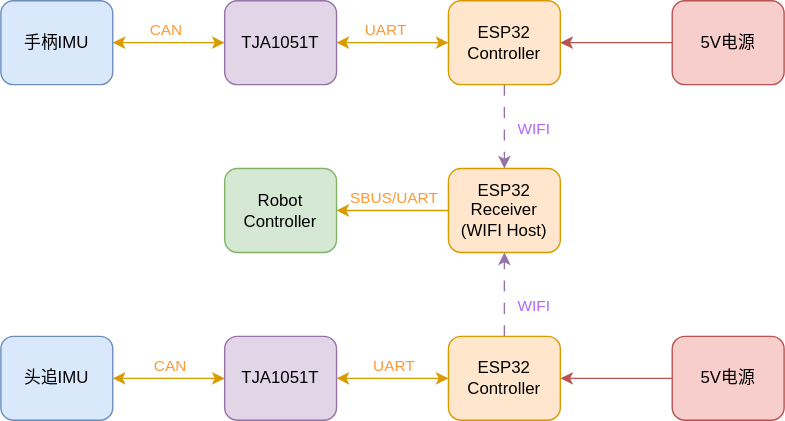
Above: images/connect.svg in LJW0401/IMU_Controller (draw.io), before the change. Source tidied: cells renumbered, new cells last; positions are measured from the earlier drawing's top-left corner, leaving out a move shared by most shapes. Source of this version:
```xml
<mxGraphModel>
  <root>
    <mxCell id="0" />
    <mxCell id="1" parent="0" />
    <mxCell id="2" style="edgeStyle=none;html=1;exitX=1;exitY=0.5;exitDx=0;exitDy=0;entryX=0;entryY=0.5;entryDx=0;entryDy=0;startArrow=classic;startFill=1;fillColor=#ffe6cc;strokeColor=#d79b00;" parent="1" edge="1" source="4" target="7">
      <mxGeometry relative="1" as="geometry" />
    </mxCell>
    <mxCell id="3" value="CAN" style="edgeLabel;html=1;align=center;verticalAlign=middle;fontColor=#FF9933;labelBackgroundColor=none;" parent="2" vertex="1">
      <mxGeometry x="-0.07" y="2" relative="1" as="geometry">
        <mxPoint y="-8" as="offset" />
      </mxGeometry>
    </mxCell>
    <mxCell id="4" value="手柄IMU" style="rounded=1;whiteSpace=wrap;html=1;fillColor=#dae8fc;strokeColor=#6c8ebf;" parent="1" vertex="1">
      <mxGeometry width="80" height="60" as="geometry" />
    </mxCell>
    <mxCell id="5" style="edgeStyle=none;html=1;startArrow=classic;startFill=1;fillColor=#ffe6cc;strokeColor=#d79b00;" parent="1" edge="1" source="7" target="14">
      <mxGeometry relative="1" as="geometry" />
    </mxCell>
    <mxCell id="6" value="UART" style="edgeLabel;html=1;align=center;verticalAlign=middle;fontColor=#FF9933;labelBackgroundColor=none;" parent="5" vertex="1">
      <mxGeometry x="-0.15" y="1" relative="1" as="geometry">
        <mxPoint y="-9" as="offset" />
      </mxGeometry>
    </mxCell>
    <mxCell id="7" value="TJA1051T" style="rounded=1;whiteSpace=wrap;html=1;fillColor=#e1d5e7;strokeColor=#9673a6;" parent="1" vertex="1">
      <mxGeometry x="160" width="80" height="60" as="geometry" />
    </mxCell>
    <mxCell id="8" style="edgeStyle=none;html=1;exitX=0;exitY=0.5;exitDx=0;exitDy=0;entryX=1;entryY=0.5;entryDx=0;entryDy=0;fillColor=#ffe6cc;strokeColor=#d79b00;" parent="1" edge="1" source="10" target="11">
      <mxGeometry relative="1" as="geometry" />
    </mxCell>
    <mxCell id="9" value="SBUS/UART" style="edgeLabel;html=1;align=center;verticalAlign=middle;fontColor=#FF9933;labelBackgroundColor=none;" parent="8" vertex="1">
      <mxGeometry x="0.05" y="-2" relative="1" as="geometry">
        <mxPoint x="2" y="-8" as="offset" />
      </mxGeometry>
    </mxCell>
    <mxCell id="10" value="ESP32&lt;div&gt;Receiver&lt;/div&gt;&lt;div&gt;(WIFI Host)&lt;/div&gt;" style="rounded=1;whiteSpace=wrap;html=1;fillColor=#ffe6cc;strokeColor=#d79b00;" parent="1" vertex="1">
      <mxGeometry x="320" y="120" width="80" height="60" as="geometry" />
    </mxCell>
    <mxCell id="11" value="Robot&lt;div&gt;Controller&lt;/div&gt;" style="rounded=1;whiteSpace=wrap;html=1;fillColor=#d5e8d4;strokeColor=#82b366;" parent="1" vertex="1">
      <mxGeometry x="160" y="120" width="80" height="60" as="geometry" />
    </mxCell>
    <mxCell id="12" style="edgeStyle=none;html=1;entryX=0.5;entryY=0;entryDx=0;entryDy=0;startArrow=none;startFill=0;dashed=1;dashPattern=8 8;fillColor=#e1d5e7;strokeColor=#9673a6;" parent="1" edge="1" source="14" target="10">
      <mxGeometry relative="1" as="geometry" />
    </mxCell>
    <mxCell id="13" value="WIFI" style="edgeLabel;html=1;align=center;verticalAlign=middle;fontColor=#B266FF;labelBackgroundColor=none;" parent="12" vertex="1">
      <mxGeometry x="-0.12" y="-3" relative="1" as="geometry">
        <mxPoint x="23" y="5" as="offset" />
      </mxGeometry>
    </mxCell>
    <mxCell id="14" value="ESP32&lt;div&gt;Controller&lt;/div&gt;" style="whiteSpace=wrap;html=1;rounded=1;fillColor=#ffe6cc;strokeColor=#d79b00;" parent="1" vertex="1">
      <mxGeometry x="320" width="80" height="60" as="geometry" />
    </mxCell>
    <mxCell id="15" style="edgeStyle=none;html=1;entryX=0.5;entryY=1;entryDx=0;entryDy=0;dashed=1;dashPattern=8 8;fillColor=#e1d5e7;strokeColor=#9673a6;" parent="1" edge="1" source="17" target="10">
      <mxGeometry relative="1" as="geometry" />
    </mxCell>
    <mxCell id="16" value="WIFI" style="edgeLabel;html=1;align=center;verticalAlign=middle;fontColor=#B266FF;labelBackgroundColor=none;" parent="15" vertex="1">
      <mxGeometry x="-0.24" y="-2" relative="1" as="geometry">
        <mxPoint x="18" as="offset" />
      </mxGeometry>
    </mxCell>
    <mxCell id="17" value="ESP32&lt;div&gt;Controller&lt;/div&gt;" style="whiteSpace=wrap;html=1;rounded=1;fillColor=#ffe6cc;strokeColor=#d79b00;" parent="1" vertex="1">
      <mxGeometry x="320" y="240" width="80" height="60" as="geometry" />
    </mxCell>
    <mxCell id="18" style="edgeStyle=none;html=1;entryX=0;entryY=0.5;entryDx=0;entryDy=0;startArrow=classic;startFill=1;fillColor=#ffe6cc;strokeColor=#d79b00;" parent="1" edge="1" source="20" target="17">
      <mxGeometry relative="1" as="geometry" />
    </mxCell>
    <mxCell id="19" value="UART" style="edgeLabel;html=1;align=center;verticalAlign=middle;fontColor=#FF9933;labelBackgroundColor=none;" parent="18" vertex="1">
      <mxGeometry x="0.16" relative="1" as="geometry">
        <mxPoint x="-6" y="-10" as="offset" />
      </mxGeometry>
    </mxCell>
    <mxCell id="20" value="TJA1051T" style="rounded=1;whiteSpace=wrap;html=1;fillColor=#e1d5e7;strokeColor=#9673a6;" parent="1" vertex="1">
      <mxGeometry x="160" y="240" width="80" height="60" as="geometry" />
    </mxCell>
    <mxCell id="21" style="edgeStyle=none;html=1;startArrow=classic;startFill=1;fillColor=#ffe6cc;strokeColor=#d79b00;" parent="1" edge="1" source="23" target="20">
      <mxGeometry relative="1" as="geometry" />
    </mxCell>
    <mxCell id="22" value="CAN" style="edgeLabel;html=1;align=center;verticalAlign=middle;fontColor=#FF9933;labelBackgroundColor=none;" parent="21" vertex="1">
      <mxGeometry x="0.26" y="1" relative="1" as="geometry">
        <mxPoint x="-10" y="-9" as="offset" />
      </mxGeometry>
    </mxCell>
    <mxCell id="23" value="头追IMU" style="rounded=1;whiteSpace=wrap;html=1;fillColor=#dae8fc;strokeColor=#6c8ebf;" parent="1" vertex="1">
      <mxGeometry y="240" width="80" height="60" as="geometry" />
    </mxCell>
    <mxCell id="24" style="edgeStyle=none;html=1;entryX=1;entryY=0.5;entryDx=0;entryDy=0;fillColor=#f8cecc;strokeColor=#b85450;" parent="1" edge="1" source="25" target="17">
      <mxGeometry relative="1" as="geometry" />
    </mxCell>
    <mxCell id="25" value="5V电源" style="whiteSpace=wrap;html=1;rounded=1;fillColor=#f8cecc;strokeColor=#b85450;" parent="1" vertex="1">
      <mxGeometry x="480" y="240" width="80" height="60" as="geometry" />
    </mxCell>
    <mxCell id="26" style="edgeStyle=none;html=1;entryX=1;entryY=0.5;entryDx=0;entryDy=0;fillColor=#f8cecc;strokeColor=#b85450;" parent="1" edge="1" source="27" target="14">
      <mxGeometry relative="1" as="geometry" />
    </mxCell>
    <mxCell id="27" value="5V电源" style="whiteSpace=wrap;html=1;rounded=1;fillColor=#f8cecc;strokeColor=#b85450;" parent="1" vertex="1">
      <mxGeometry x="480" width="80" height="60" as="geometry" />
    </mxCell>
  </root>
</mxGraphModel>
```
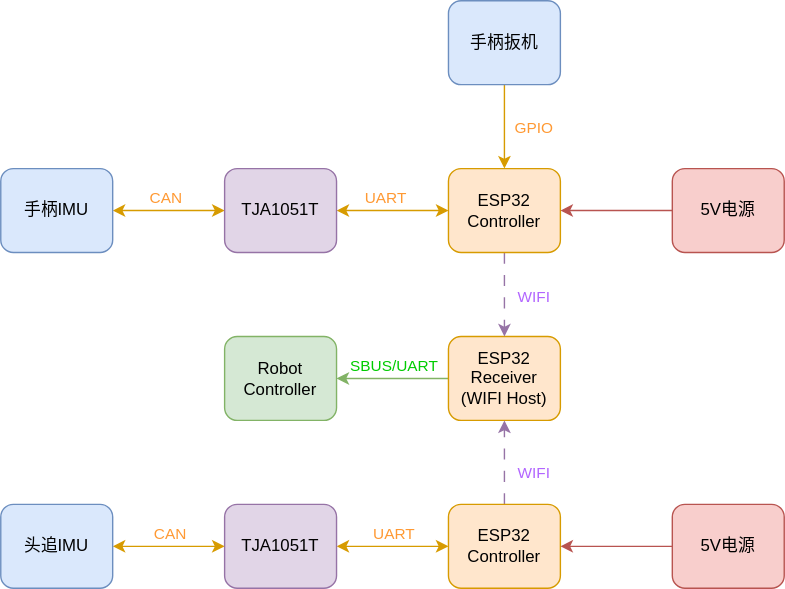
The same diagram one commit later.

Change to the diagram source:
```diff
@@ -24,10 +24,10 @@
     <mxCell id="7" value="TJA1051T" style="rounded=1;whiteSpace=wrap;html=1;fillColor=#e1d5e7;strokeColor=#9673a6;" parent="1" vertex="1">
       <mxGeometry x="160" width="80" height="60" as="geometry" />
     </mxCell>
-    <mxCell id="8" style="edgeStyle=none;html=1;exitX=0;exitY=0.5;exitDx=0;exitDy=0;entryX=1;entryY=0.5;entryDx=0;entryDy=0;fillColor=#ffe6cc;strokeColor=#d79b00;" parent="1" edge="1" source="10" target="11">
+    <mxCell id="8" style="edgeStyle=none;html=1;exitX=0;exitY=0.5;exitDx=0;exitDy=0;entryX=1;entryY=0.5;entryDx=0;entryDy=0;fillColor=#d5e8d4;strokeColor=#82b366;" parent="1" edge="1" source="10" target="11">
       <mxGeometry relative="1" as="geometry" />
     </mxCell>
-    <mxCell id="9" value="SBUS/UART" style="edgeLabel;html=1;align=center;verticalAlign=middle;fontColor=#FF9933;labelBackgroundColor=none;" parent="8" vertex="1">
+    <mxCell id="9" value="SBUS/UART" style="edgeLabel;html=1;align=center;verticalAlign=middle;fontColor=#00CC00;labelBackgroundColor=none;" parent="8" vertex="1">
       <mxGeometry x="0.05" y="-2" relative="1" as="geometry">
         <mxPoint x="2" y="-8" as="offset" />
       </mxGeometry>
@@ -94,5 +94,16 @@
     <mxCell id="27" value="5V电源" style="whiteSpace=wrap;html=1;rounded=1;fillColor=#f8cecc;strokeColor=#b85450;" parent="1" vertex="1">
       <mxGeometry x="480" width="80" height="60" as="geometry" />
     </mxCell>
+    <mxCell id="28" style="edgeStyle=orthogonalEdgeStyle;html=1;entryX=0.5;entryY=0;entryDx=0;entryDy=0;fillColor=#ffe6cc;strokeColor=#d79b00;" parent="1" edge="1" source="30" target="14">
+      <mxGeometry relative="1" as="geometry" />
+    </mxCell>
+    <mxCell id="29" value="GPIO" style="edgeLabel;html=1;align=center;verticalAlign=middle;fontColor=#FF9933;labelBackgroundColor=none;" parent="28" vertex="1">
+      <mxGeometry x="-0.22" y="2" relative="1" as="geometry">
+        <mxPoint x="18" y="7" as="offset" />
+      </mxGeometry>
+    </mxCell>
+    <mxCell id="30" value="手柄扳机" style="rounded=1;whiteSpace=wrap;html=1;fillColor=#dae8fc;strokeColor=#6c8ebf;" parent="1" vertex="1">
+      <mxGeometry x="320" y="-120" width="80" height="60" as="geometry" />
+    </mxCell>
   </root>
 </mxGraphModel>
```
